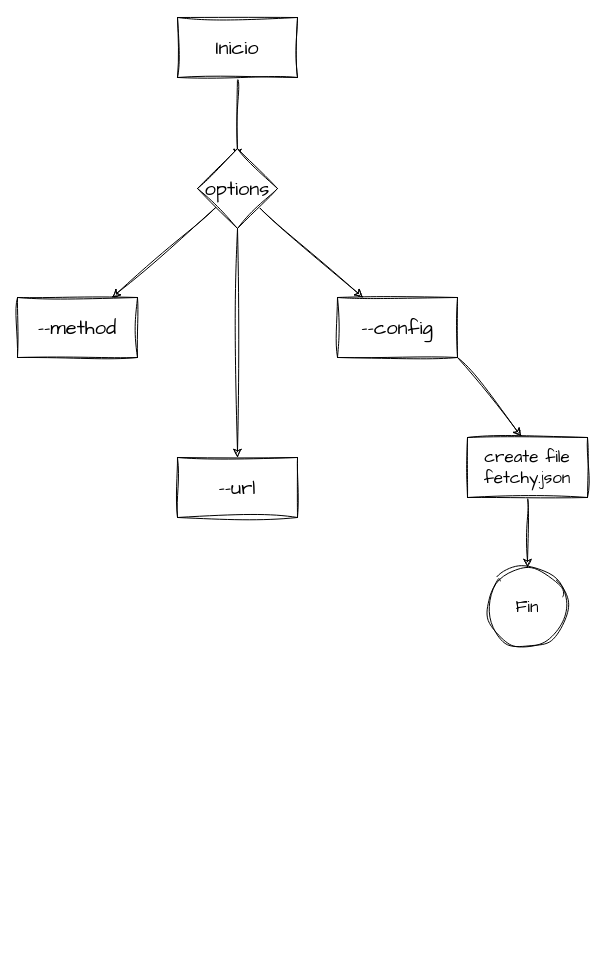
This is dev/rusty_fetcher.drawio from sebastiandotdev/query, a draw.io file, before an edit. Source tidied: cells renumbered, new cells numbered last; positions are measured from the earlier drawing's top-left corner, leaving out a move shared by most shapes. Both pictures are drawn from the tidied source at 100%, with x=0, y=0 at pixel (17, 17).
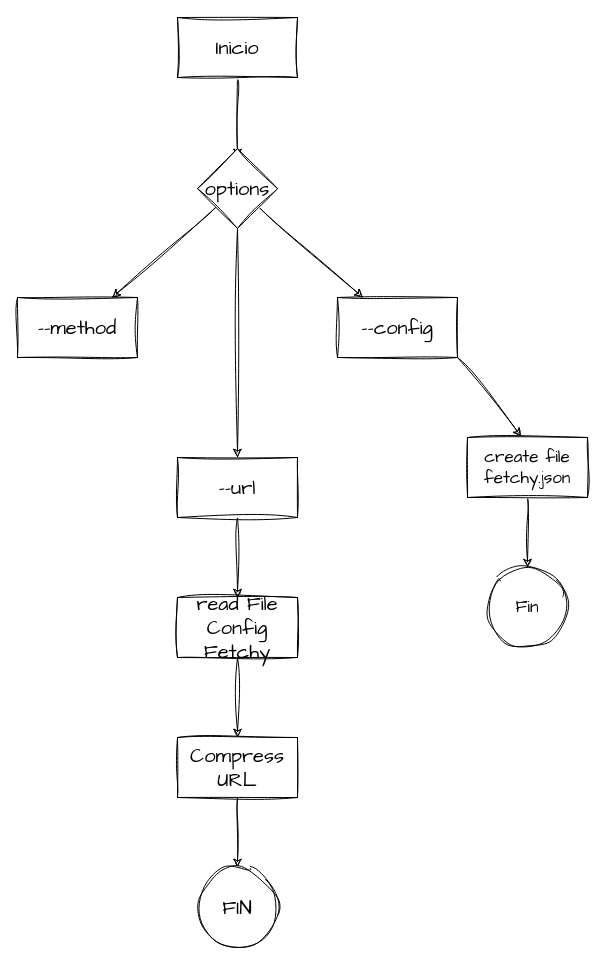
Above is the later version.

Unchanged cells that the change refers to:
```xml
<mxCell id="12" value="--url" style="whiteSpace=wrap;html=1;fontSize=20;fontFamily=Architects Daughter;rounded=0;sketch=1;hachureGap=4;jiggle=2;curveFitting=1;" parent="1" vertex="1">
  <mxGeometry x="160" y="440" width="120" height="60" as="geometry" />
</mxCell>
```

Diff of the diagram source:
```diff
@@
+    <mxCell id="16" style="edgeStyle=none;sketch=1;hachureGap=4;jiggle=2;curveFitting=1;html=1;fontFamily=Architects Daughter;fontSize=16;" parent="1" edge="1" source="12" target="18">
+      <mxGeometry relative="1" as="geometry" />
+    </mxCell>
@@
+    <mxCell id="17" style="edgeStyle=none;sketch=1;hachureGap=4;jiggle=2;curveFitting=1;html=1;fontFamily=Architects Daughter;fontSize=16;" parent="1" edge="1" source="18" target="20">
+      <mxGeometry relative="1" as="geometry" />
+    </mxCell>
+    <mxCell id="18" value="read File&lt;br&gt;Config Fetchy" style="whiteSpace=wrap;html=1;fontSize=20;fontFamily=Architects Daughter;rounded=0;sketch=1;hachureGap=4;jiggle=2;curveFitting=1;" parent="1" vertex="1">
+      <mxGeometry x="160" y="580" width="120" height="60" as="geometry" />
+    </mxCell>
+    <mxCell id="19" style="edgeStyle=none;sketch=1;hachureGap=4;jiggle=2;curveFitting=1;html=1;fontFamily=Architects Daughter;fontSize=16;" parent="1" edge="1" source="20" target="21">
+      <mxGeometry relative="1" as="geometry" />
+    </mxCell>
+    <mxCell id="20" value="Compress URL" style="whiteSpace=wrap;html=1;fontSize=20;fontFamily=Architects Daughter;rounded=0;sketch=1;hachureGap=4;jiggle=2;curveFitting=1;" parent="1" vertex="1">
+      <mxGeometry x="160" y="720" width="120" height="60" as="geometry" />
+    </mxCell>
+    <mxCell id="21" value="FIN" style="ellipse;whiteSpace=wrap;html=1;fontSize=20;fontFamily=Architects Daughter;rounded=0;sketch=1;hachureGap=4;jiggle=2;curveFitting=1;" parent="1" vertex="1">
+      <mxGeometry x="180" y="850" width="80" height="80" as="geometry" />
+    </mxCell>
```
